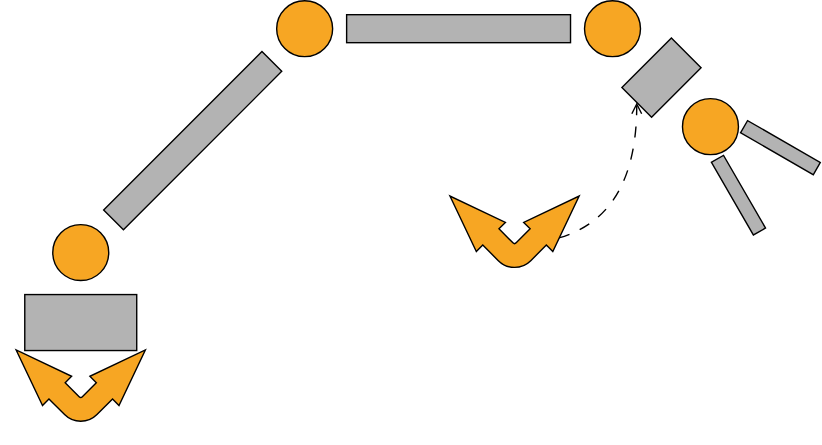
This is ground-control-web-app/static/manipulator_ui.drawio.svg from knmicrochip/ORION_V_2025, a draw.io export, as it was before one commit. Source tidied: cells renumbered, new cells last; positions are measured from the earlier drawing's top-left corner, leaving out a move shared by most shapes. The source it was exported from:
```xml
<mxGraphModel>
  <root>
    <mxCell id="0" />
    <mxCell id="1" parent="0" />
    <mxCell id="2" style="rounded=0;whiteSpace=wrap;html=1;rotation=-45;fillColor=#B3B3B3;" parent="1" vertex="1">
      <mxGeometry x="40" y="90" width="160" height="20" as="geometry" />
    </mxCell>
    <mxCell id="3" style="rounded=0;whiteSpace=wrap;html=1;fillColor=#B3B3B3;" parent="1" vertex="1">
      <mxGeometry x="230" y="10" width="160" height="20" as="geometry" />
    </mxCell>
    <mxCell id="4" style="rounded=0;whiteSpace=wrap;html=1;fillColor=#B3B3B3;" parent="1" vertex="1">
      <mxGeometry y="210" width="80" height="40" as="geometry" />
    </mxCell>
    <mxCell id="5" style="ellipse;whiteSpace=wrap;html=1;fillColor=#F7A623;" parent="1" vertex="1">
      <mxGeometry x="20" y="160" width="40" height="40" as="geometry" />
    </mxCell>
    <mxCell id="6" style="rounded=0;whiteSpace=wrap;html=1;rotation=-45;fillColor=#B3B3B3;" parent="1" vertex="1">
      <mxGeometry x="430" y="40" width="50" height="30" as="geometry" />
    </mxCell>
    <mxCell id="7" style="rounded=0;whiteSpace=wrap;html=1;rotation=30;fillColor=#B3B3B3;" parent="1" vertex="1">
      <mxGeometry x="510" y="100" width="60" height="10" as="geometry" />
    </mxCell>
    <mxCell id="8" style="rounded=0;whiteSpace=wrap;html=1;rotation=60;fillColor=#B3B3B3;" parent="1" vertex="1">
      <mxGeometry x="480" y="134" width="60" height="10" as="geometry" />
    </mxCell>
    <mxCell id="9" style="ellipse;whiteSpace=wrap;html=1;fillColor=#F7A623;" parent="1" vertex="1">
      <mxGeometry x="180" width="40" height="40" as="geometry" />
    </mxCell>
    <mxCell id="10" style="ellipse;whiteSpace=wrap;html=1;fillColor=#F7A623;" parent="1" vertex="1">
      <mxGeometry x="400" width="40" height="40" as="geometry" />
    </mxCell>
    <mxCell id="11" style="ellipse;whiteSpace=wrap;html=1;fillColor=#F7A623;" parent="1" vertex="1">
      <mxGeometry x="470" y="70" width="40" height="40" as="geometry" />
    </mxCell>
    <mxCell id="12" style="html=1;shadow=0;dashed=0;align=center;verticalAlign=middle;shape=mxgraph.arrows2.bendDoubleArrow;dy=8.19;dx=41.35;arrowHead=29.43;rounded=1;rotation=-135;fillColor=#F7A623;" parent="1" vertex="1">
      <mxGeometry y="220" width="80" height="80" as="geometry" />
    </mxCell>
    <mxCell id="13" style="edgeStyle=orthogonalEdgeStyle;rounded=0;jettySize=auto;html=1;exitX=0;exitY=0;exitDx=23.384934;exitDy=23.384934;exitPerimeter=0;entryX=0;entryY=0.5;entryDx=0;entryDy=0;curved=1;endArrow=open;endFill=0;dashed=1;dashPattern=8 8;" parent="1" edge="1" source="14" target="6">
      <mxGeometry relative="1" as="geometry" />
    </mxCell>
    <mxCell id="14" style="html=1;shadow=0;dashed=0;align=center;verticalAlign=middle;shape=mxgraph.arrows2.bendDoubleArrow;dy=8.19;dx=41.35;arrowHead=29.43;rounded=1;rotation=-135;fillColor=#F7A623;" parent="1" vertex="1">
      <mxGeometry x="310" y="110" width="80" height="80" as="geometry" />
    </mxCell>
  </root>
</mxGraphModel>
```
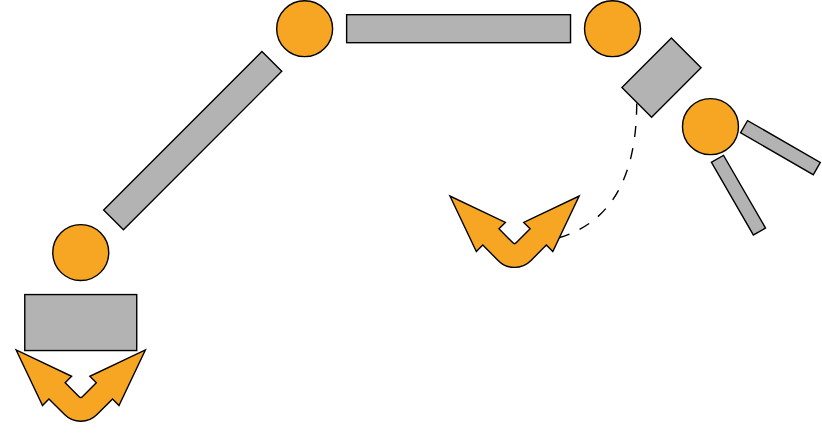
After the change.

Commit message:
Complete the Manipulator UI

The edit, as a diff of the source:
```diff
@@ -35,7 +35,7 @@
     <mxCell id="12" style="html=1;shadow=0;dashed=0;align=center;verticalAlign=middle;shape=mxgraph.arrows2.bendDoubleArrow;dy=8.19;dx=41.35;arrowHead=29.43;rounded=1;rotation=-135;fillColor=#F7A623;" parent="1" vertex="1">
       <mxGeometry y="220" width="80" height="80" as="geometry" />
     </mxCell>
-    <mxCell id="13" style="edgeStyle=orthogonalEdgeStyle;rounded=0;jettySize=auto;html=1;exitX=0;exitY=0;exitDx=23.384934;exitDy=23.384934;exitPerimeter=0;entryX=0;entryY=0.5;entryDx=0;entryDy=0;curved=1;endArrow=open;endFill=0;dashed=1;dashPattern=8 8;" parent="1" edge="1" source="14" target="6">
+    <mxCell id="13" style="edgeStyle=orthogonalEdgeStyle;rounded=0;jettySize=auto;html=1;exitX=0;exitY=0;exitDx=23.384934;exitDy=23.384934;exitPerimeter=0;entryX=0;entryY=0.5;entryDx=0;entryDy=0;curved=1;endArrow=none;endFill=0;dashed=1;dashPattern=8 8;" parent="1" edge="1" source="14" target="6">
       <mxGeometry relative="1" as="geometry" />
     </mxCell>
     <mxCell id="14" style="html=1;shadow=0;dashed=0;align=center;verticalAlign=middle;shape=mxgraph.arrows2.bendDoubleArrow;dy=8.19;dx=41.35;arrowHead=29.43;rounded=1;rotation=-135;fillColor=#F7A623;" parent="1" vertex="1">
```
